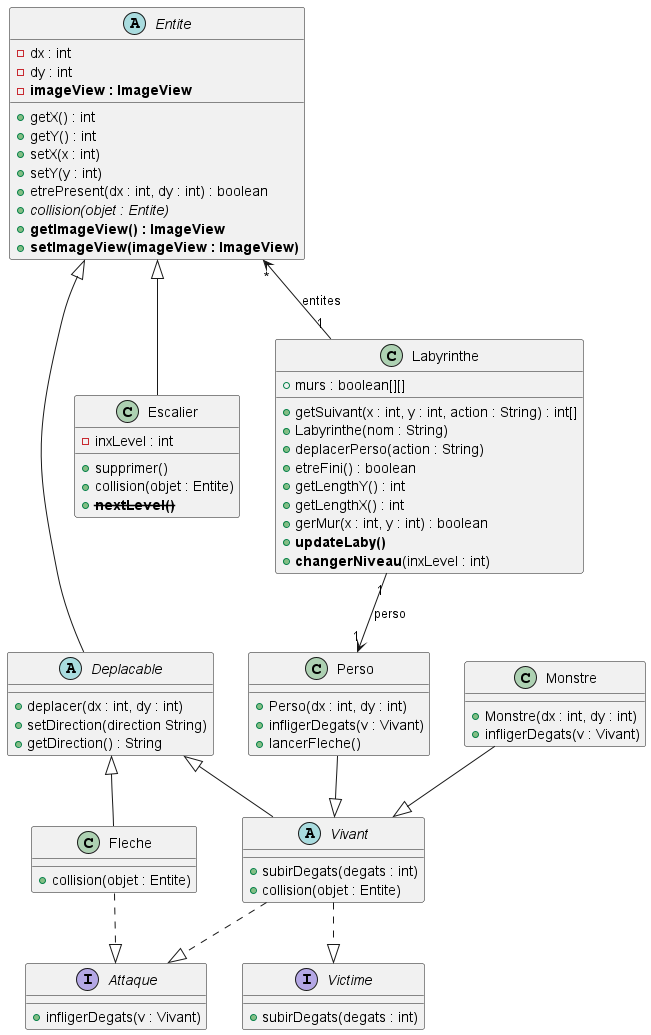
The PlantUML diagram documents/version_3/diag_classe_v3_final.png in remi-choffat/2024_Zeldiablo_remi-choffat_Cesareuh_katrinltvnv, before a commit. Source of this version:
```plantuml
@startuml

abstract class Entite{
-dx : int
-dy : int
-<b>imageView : ImageView</b>
+getX() : int
+getY() : int
+setX(x : int)
+setY(y : int)
+etrePresent(dx : int, dy : int) : boolean
+{abstract}collision(objet : Entite)
+<b>getImageView() : ImageView</b>
+<b>setImageView(imageView : ImageView)</b>
}

abstract class Deplacable{
+deplacer(dx : int, dy : int)
+setDirection(direction String)
+getDirection() : String
}

class Perso{
+Perso(dx : int, dy : int)
+infligerDegats(v : Vivant)
+lancerFleche()
}

class Monstre{
+Monstre(dx : int, dy : int)
+infligerDegats(v : Vivant)
}

abstract class Vivant{
+subirDegats(degats : int)
+collision(objet : Entite)
}

interface Victime {
+subirDegats(degats : int)
}

interface Attaque {
+infligerDegats(v : Vivant)
}

class Fleche {
+collision(objet : Entite)
}

class Escalier{
-inxLevel : int
+supprimer()
+collision(objet : Entite)
+<b><s>nextLevel()</s></b>
}

class Labyrinthe{
+murs : boolean[][]
+getSuivant(x : int, y : int, action : String) : int[]
+Labyrinthe(nom : String)
+deplacerPerso(action : String)
+etreFini() : boolean
+getLengthY() : int
+getLengthX() : int
+gerMur(x : int, y : int) : boolean
+<b>updateLaby()</b>
+<b>changerNiveau</b>(inxLevel : int)
}

Entite <|-- Deplacable
Deplacable <|-- Fleche
Deplacable <|-- Vivant
Perso --|> Vivant
Monstre --|> Vivant
Vivant ..|> Victime
Vivant ..|> Attaque
Fleche ..|> Attaque
Entite <|-- Escalier
Entite "*" <-- "1" Labyrinthe : entites
Labyrinthe "1" --> "1" Perso : perso
@enduml
```
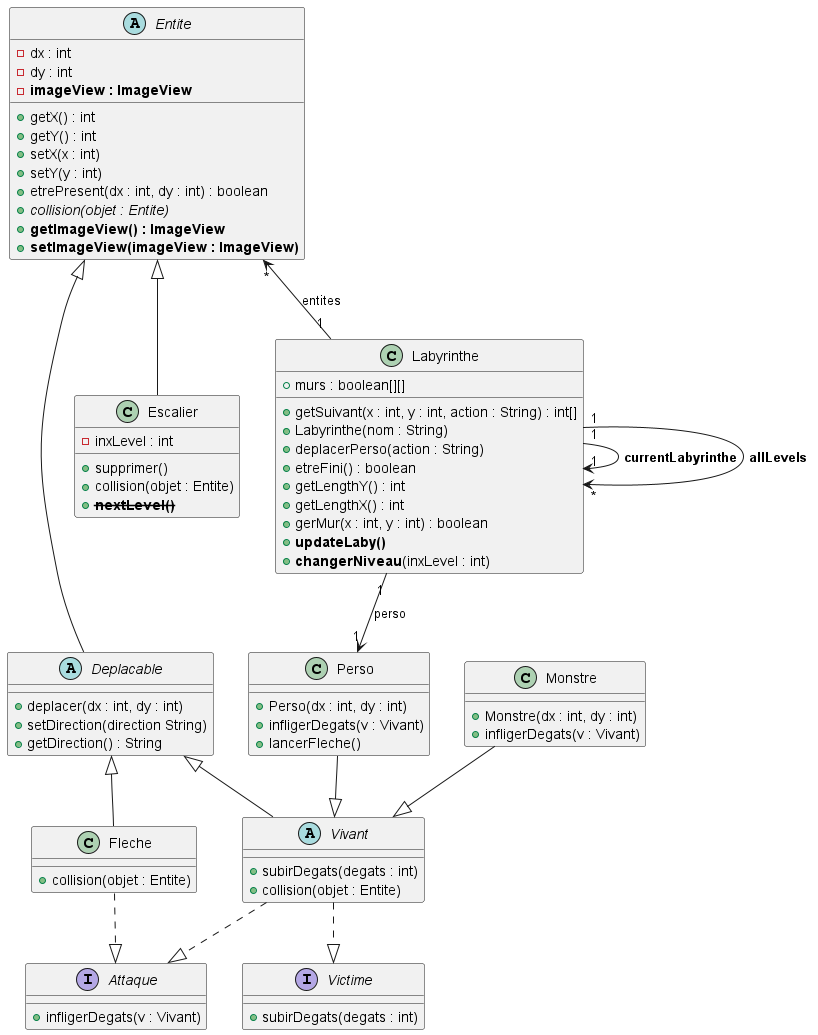
Above is the later version.

Commit message:
Ajout diagramme de séquence changerNiveau

Change to the diagram source:
```diff
@@ -79,4 +79,6 @@
 Entite <|-- Escalier
 Entite "*" <-- "1" Labyrinthe : entites
 Labyrinthe "1" --> "1" Perso : perso
+Labyrinthe "1" --> "1" Labyrinthe : <b>currentLabyrinthe</b>
+Labyrinthe "1" --> "*" Labyrinthe : <b>allLevels</b>
 @enduml
```
